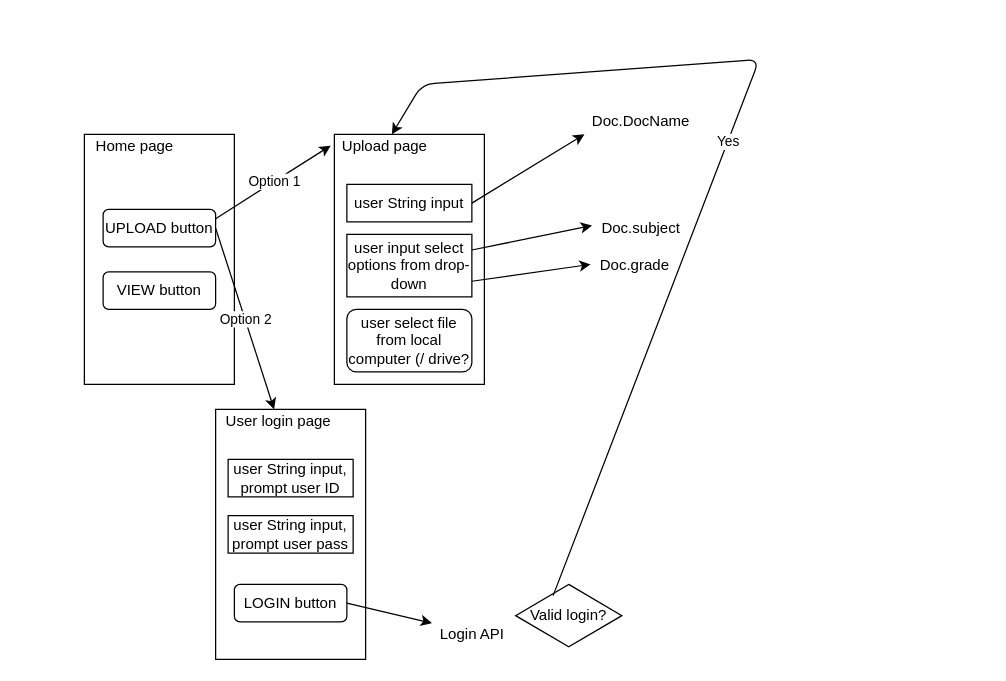
This is webpagesBS.drawio from sailj24/BrighterThanABorderCollie, a draw.io file, before an edit. Source tidied: cells renumbered, new cells numbered last; positions are measured from the earlier drawing's top-left corner, leaving out a move shared by most shapes. Both pictures are drawn from the tidied source at 125%, with x=0, y=0 at pixel (84, 59).
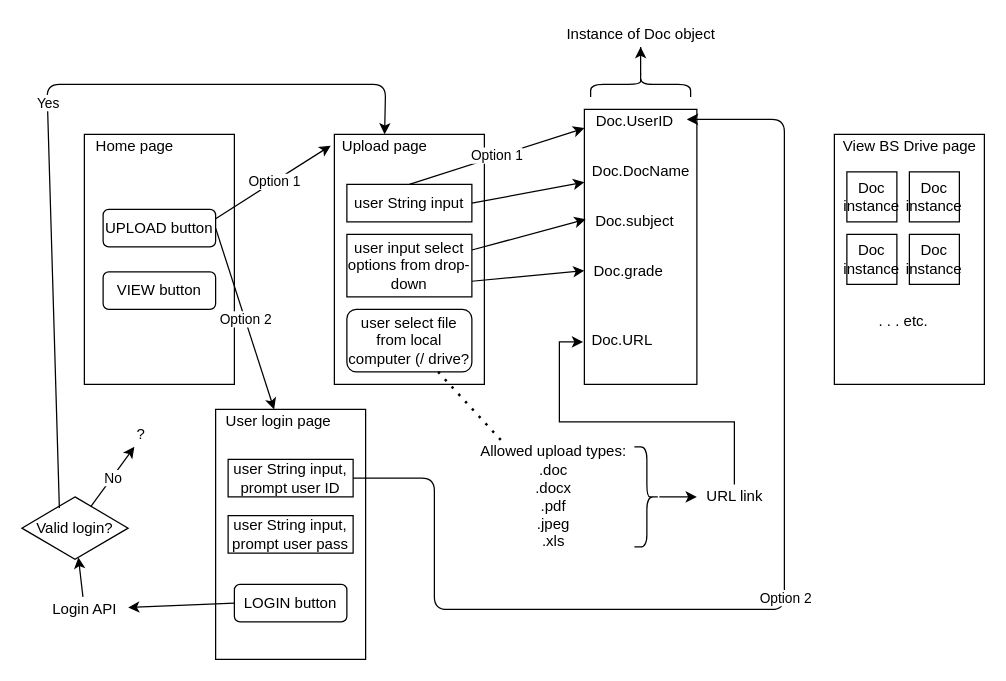
After the change.

The change refers to these unchanged cells:
```xml
<mxCell id="7" value="Upload page" style="text;html=1;align=center;verticalAlign=middle;points=[];fillColor=none;strokeColor=none;rounded=0;" parent="1" vertex="1">
  <mxGeometry x="200" y="60" width="80" height="20" as="geometry" />
</mxCell>
<mxCell id="8" value="user String input" style="rounded=0;whiteSpace=wrap;html=1;" parent="1" vertex="1">
  <mxGeometry x="210" y="100" width="100" height="30" as="geometry" />
</mxCell>
<mxCell id="10" value="user select file from local computer (/ drive?" style="rounded=1;whiteSpace=wrap;html=1;" parent="1" vertex="1">
  <mxGeometry x="210" y="200" width="100" height="50" as="geometry" />
</mxCell>
<mxCell id="13" value="user String input, prompt user ID" style="rounded=0;whiteSpace=wrap;html=1;" parent="1" vertex="1">
  <mxGeometry x="115" y="320" width="100" height="30" as="geometry" />
</mxCell>
<mxCell id="15" value="LOGIN button" style="rounded=1;whiteSpace=wrap;html=1;" parent="1" vertex="1">
  <mxGeometry x="120" y="420" width="90" height="30" as="geometry" />
</mxCell>
```

Change to the diagram source:
```diff
@@
+    <mxCell id="31" style="rounded=0;whiteSpace=wrap;html=1;" parent="1" vertex="1">
+      <mxGeometry x="400" y="40" width="90" height="220" as="geometry" />
+    </mxCell>
@@
-    <mxCell id="20" style="endArrow=classic;html=1;exitX=1;exitY=0.5;exitDx=0;exitDy=0;" parent="1" edge="1" source="8">
-      <mxGeometry relative="1" as="geometry">
-        <mxPoint x="400" y="60" as="targetPoint" />
-      </mxGeometry>
+    <mxCell id="20" style="endArrow=classic;html=1;exitX=1;exitY=0.5;exitDx=0;exitDy=0;" parent="1" edge="1" source="8" target="21">
+      <mxGeometry relative="1" as="geometry" />
     </mxCell>
     <mxCell id="21" value="Doc.DocName" style="text;html=1;align=center;verticalAlign=middle;points=[];fillColor=none;strokeColor=none;rounded=0;" parent="1" vertex="1">
-      <mxGeometry x="400" y="40" width="90" height="20" as="geometry" />
+      <mxGeometry x="400" y="80" width="90" height="20" as="geometry" />
     </mxCell>
     <mxCell id="22" value="Doc.subject" style="text;html=1;align=center;verticalAlign=middle;points=[];fillColor=none;strokeColor=none;rounded=0;" parent="1" vertex="1">
-      <mxGeometry x="405" y="125" width="80" height="20" as="geometry" />
+      <mxGeometry x="400" y="120" width="80" height="20" as="geometry" />
     </mxCell>
     <mxCell id="23" value="Doc.grade" style="text;html=1;align=center;verticalAlign=middle;points=[];fillColor=none;strokeColor=none;rounded=0;" parent="1" vertex="1">
-      <mxGeometry x="405" y="155" width="70" height="20" as="geometry" />
+      <mxGeometry x="400" y="160" width="70" height="20" as="geometry" />
     </mxCell>
@@
-    <mxCell id="26" style="endArrow=classic;html=1;exitX=1;exitY=0.5;exitDx=0;exitDy=0;entryX=0.043;entryY=0.05;entryDx=0;entryDy=0;entryPerimeter=0;" parent="1" edge="1" source="15" target="27">
+    <mxCell id="26" style="endArrow=classic;html=1;exitX=0;exitY=0.5;exitDx=0;exitDy=0;" parent="1" edge="1" source="15" target="27">
       <mxGeometry relative="1" as="geometry" />
     </mxCell>
     <mxCell id="27" value="Login API" style="text;html=1;align=center;verticalAlign=middle;points=[];fillColor=none;strokeColor=none;rounded=0;" parent="1" vertex="1">
-      <mxGeometry x="275" y="450" width="70" height="20" as="geometry" />
+      <mxGeometry x="-35" y="430" width="70" height="20" as="geometry" />
     </mxCell>
     <mxCell id="28" value="Valid login?" style="rhombus;whiteSpace=wrap;html=1;" parent="1" vertex="1">
-      <mxGeometry x="345" y="420" width="85" height="50" as="geometry" />
+      <mxGeometry x="-50" y="350" width="85" height="50" as="geometry" />
     </mxCell>
     <mxCell id="29" style="endArrow=classic;html=1;exitX=0.353;exitY=0.18;exitDx=0;exitDy=0;exitPerimeter=0;" parent="1" edge="1" source="28" target="7">
       <mxGeometry relative="1" as="geometry">
         <Array as="points">
-          <mxPoint x="540" />
-          <mxPoint x="270" y="20" />
+          <mxPoint x="-30" y="20" />
+          <mxPoint x="241" y="20" />
         </Array>
       </mxGeometry>
     </mxCell>
@@
+    <mxCell id="32" style="rounded=0;whiteSpace=wrap;html=1;" parent="1" vertex="1">
+      <mxGeometry x="600" y="60" width="120" height="200" as="geometry" />
+    </mxCell>
+    <mxCell id="33" value="View BS Drive page" style="text;html=1;align=center;verticalAlign=middle;fillColor=none;strokeColor=none;rounded=0;" parent="1" vertex="1">
+      <mxGeometry x="600" y="60" width="120" height="20" as="geometry" />
+    </mxCell>
+    <mxCell id="34" value="Doc instance" style="rounded=0;whiteSpace=wrap;html=1;" parent="1" vertex="1">
+      <mxGeometry x="610" y="90" width="40" height="40" as="geometry" />
+    </mxCell>
+    <mxCell id="35" value="Doc instance" style="rounded=0;whiteSpace=wrap;html=1;" parent="1" vertex="1">
+      <mxGeometry x="610" y="140" width="40" height="40" as="geometry" />
+    </mxCell>
+    <mxCell id="36" value="Doc instance" style="rounded=0;whiteSpace=wrap;html=1;" parent="1" vertex="1">
+      <mxGeometry x="660" y="90" width="40" height="40" as="geometry" />
+    </mxCell>
+    <mxCell id="37" value="Doc instance" style="rounded=0;whiteSpace=wrap;html=1;" parent="1" vertex="1">
+      <mxGeometry x="660" y="140" width="40" height="40" as="geometry" />
+    </mxCell>
+    <mxCell id="38" style="endArrow=classic;html=1;" parent="1" edge="1" source="27" target="28">
+      <mxGeometry relative="1" as="geometry" />
+    </mxCell>
+    <mxCell id="39" style="endArrow=classic;html=1;" parent="1" edge="1" source="28">
+      <mxGeometry relative="1" as="geometry">
+        <mxPoint x="40" y="310" as="targetPoint" />
+      </mxGeometry>
+    </mxCell>
+    <mxCell id="40" value="No" style="edgeLabel;html=1;align=center;verticalAlign=middle;" parent="39" vertex="1">
+      <mxGeometry relative="1" as="geometry" />
+    </mxCell>
+    <mxCell id="41" value="?" style="text;html=1;align=center;verticalAlign=middle;fillColor=none;strokeColor=none;rounded=0;" parent="1" vertex="1">
+      <mxGeometry x="35" y="290" width="20" height="20" as="geometry" />
+    </mxCell>
+    <mxCell id="42" style="endArrow=none;dashed=1;html=1;dashPattern=1 3;strokeWidth=2;" parent="1" edge="1" source="10" target="43">
+      <mxGeometry relative="1" as="geometry" />
+    </mxCell>
+    <mxCell id="43" value="Allowed upload types:&lt;br&gt;.doc&lt;br&gt;.docx&lt;br&gt;.pdf&lt;br&gt;.jpeg&lt;br&gt;.xls" style="text;html=1;align=center;verticalAlign=middle;points=[];fillColor=none;strokeColor=none;rounded=0;" parent="1" vertex="1">
+      <mxGeometry x="310" y="305" width="130" height="90" as="geometry" />
+    </mxCell>
+    <mxCell id="44" style="edgeStyle=orthogonalEdgeStyle;rounded=0;jettySize=auto;html=1;" parent="1" edge="1" source="45" target="47">
+      <mxGeometry relative="1" as="geometry" />
+    </mxCell>
+    <mxCell id="45" style="shape=curlyBracket;whiteSpace=wrap;html=1;rounded=1;size=0.5;direction=west;" parent="1" vertex="1">
+      <mxGeometry x="440" y="310" width="20" height="80" as="geometry" />
+    </mxCell>
+    <mxCell id="46" style="edgeStyle=orthogonalEdgeStyle;rounded=0;jettySize=auto;html=1;entryX=-0.017;entryY=0.55;entryDx=0;entryDy=0;entryPerimeter=0;" parent="1" edge="1" source="47" target="48">
+      <mxGeometry relative="1" as="geometry">
+        <Array as="points">
+          <mxPoint x="520" y="290" />
+          <mxPoint x="380" y="290" />
+          <mxPoint x="380" y="226" />
+        </Array>
+      </mxGeometry>
+    </mxCell>
+    <mxCell id="47" value="URL link" style="text;html=1;align=center;verticalAlign=middle;points=[];fillColor=none;strokeColor=none;rounded=0;" parent="1" vertex="1">
+      <mxGeometry x="490" y="340" width="60" height="20" as="geometry" />
+    </mxCell>
+    <mxCell id="48" value="Doc.URL" style="text;html=1;align=center;verticalAlign=middle;points=[];fillColor=none;strokeColor=none;rounded=0;" parent="1" vertex="1">
+      <mxGeometry x="400" y="215" width="60" height="20" as="geometry" />
+    </mxCell>
+    <mxCell id="49" value="Doc.UserID" style="text;html=1;align=center;verticalAlign=middle;points=[];fillColor=none;strokeColor=none;rounded=0;" parent="1" vertex="1">
+      <mxGeometry x="400" y="40" width="80" height="20" as="geometry" />
+    </mxCell>
+    <mxCell id="50" value="Option 1" style="endArrow=classic;html=1;exitX=0.5;exitY=0;exitDx=0;exitDy=0;entryX=0;entryY=0.75;entryDx=0;entryDy=0;entryPerimeter=0;" parent="1" edge="1" source="8" target="49">
+      <mxGeometry relative="1" as="geometry" />
+    </mxCell>
+    <mxCell id="51" style="edgeStyle=orthogonalEdgeStyle;rounded=0;jettySize=auto;html=1;exitX=0.1;exitY=0.5;exitDx=0;exitDy=0;exitPerimeter=0;" parent="1" edge="1" source="52" target="53">
+      <mxGeometry relative="1" as="geometry" />
+    </mxCell>
+    <mxCell id="52" style="shape=curlyBracket;whiteSpace=wrap;html=1;rounded=1;size=0.5;direction=south;" parent="1" vertex="1">
+      <mxGeometry x="405" y="10" width="80" height="20" as="geometry" />
+    </mxCell>
+    <mxCell id="53" value="Instance of Doc object" style="text;html=1;align=center;verticalAlign=middle;points=[];fillColor=none;strokeColor=none;rounded=0;" parent="1" vertex="1">
+      <mxGeometry x="380" y="-30" width="130" height="20" as="geometry" />
+    </mxCell>
+    <mxCell id="54" style="endArrow=classic;html=1;exitX=1;exitY=0.5;exitDx=0;exitDy=0;entryX=1.025;entryY=0.4;entryDx=0;entryDy=0;entryPerimeter=0;" parent="1" edge="1" source="13" target="49">
+      <mxGeometry relative="1" as="geometry">
+        <Array as="points">
+          <mxPoint x="280" y="335" />
+          <mxPoint x="280" y="440" />
+          <mxPoint x="560" y="440" />
+          <mxPoint x="560" y="48" />
+        </Array>
+      </mxGeometry>
+    </mxCell>
+    <mxCell id="55" value="Option 2" style="edgeLabel;html=1;align=center;verticalAlign=middle;" parent="54" vertex="1">
+      <mxGeometry relative="1" as="geometry" />
+    </mxCell>
+    <mxCell id="56" value=". . . etc." style="text;html=1;align=center;verticalAlign=middle;fillColor=none;strokeColor=none;rounded=0;" parent="1" vertex="1">
+      <mxGeometry x="630" y="200" width="50" height="20" as="geometry" />
+    </mxCell>
```
